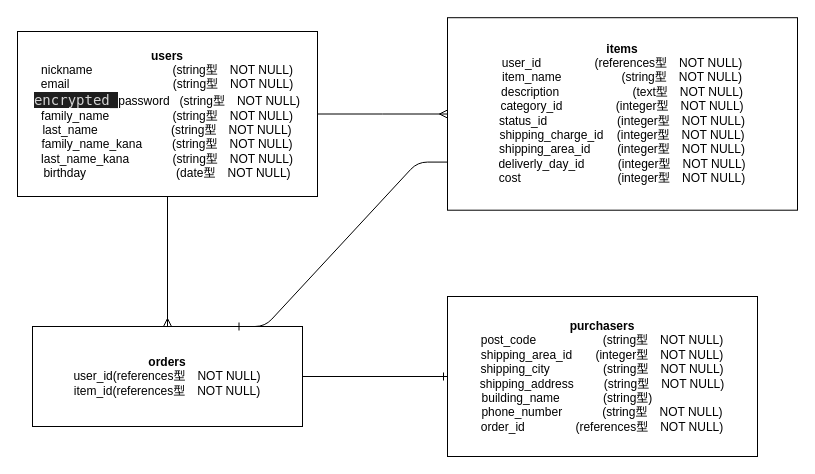
Above: app/er.drawio in kyock-lee/furima-34464 (draw.io), before the change. Source tidied: cells renumbered, new cells numbered last; positions are measured from the earlier drawing's top-left corner, leaving out a move shared by most shapes. Both pictures are drawn from the tidied source at 100%, with x=0, y=0 at pixel (17, 17).
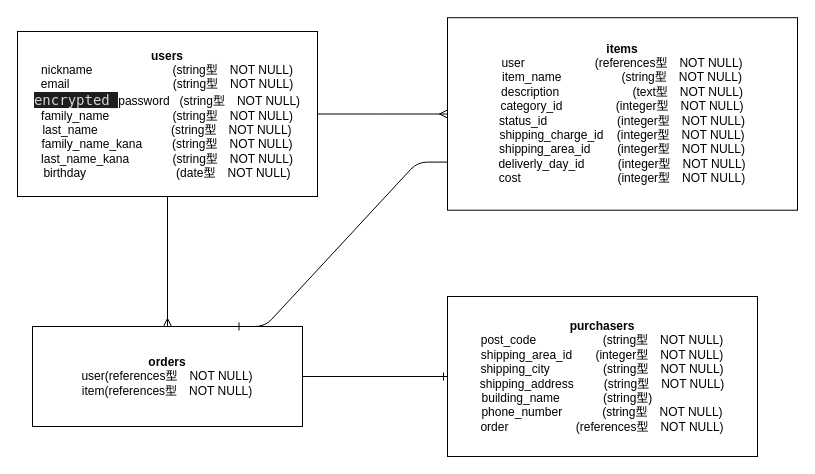
The same diagram, later.

Commit message (it also covers changes not shown here):
データベース設計(修正4)

The edit, as a diff of the source:
```diff
@@
 <mxGraphModel>
   <root>
     <mxCell id="0" />
     <mxCell id="1" parent="0" />
     <mxCell id="2" style="edgeStyle=orthogonalEdgeStyle;rounded=0;jettySize=auto;html=1;exitX=1;exitY=0.5;exitDx=0;exitDy=0;endArrow=ERmany;endFill=0;" parent="1" edge="1" source="4" target="5">
       <mxGeometry relative="1" as="geometry" />
     </mxCell>
     <mxCell id="3" style="edgeStyle=orthogonalEdgeStyle;rounded=0;jettySize=auto;html=1;entryX=0.5;entryY=0;entryDx=0;entryDy=0;endArrow=ERmany;endFill=0;" parent="1" edge="1" source="4" target="8">
       <mxGeometry relative="1" as="geometry" />
     </mxCell>
     <mxCell id="4" value="&lt;b&gt;users&lt;/b&gt;&lt;br&gt;nickname&amp;nbsp; &amp;nbsp; &amp;nbsp; &amp;nbsp; &amp;nbsp; &amp;nbsp; &amp;nbsp; &amp;nbsp; &amp;nbsp; &amp;nbsp; &amp;nbsp; &amp;nbsp; (string型　NOT NULL)&lt;br&gt;email&amp;nbsp; &amp;nbsp; &amp;nbsp; &amp;nbsp; &amp;nbsp; &amp;nbsp; &amp;nbsp; &amp;nbsp; &amp;nbsp; &amp;nbsp; &amp;nbsp; &amp;nbsp; &amp;nbsp; &amp;nbsp; &amp;nbsp; &amp;nbsp;(string型　NOT NULL)&lt;br&gt;&lt;span style=&quot;background-color: rgb(30 , 30 , 30) ; color: rgb(212 , 212 , 212) ; font-family: &amp;#34;ricty diminished&amp;#34; , &amp;#34;menlo&amp;#34; , &amp;#34;monaco&amp;#34; , &amp;#34;courier new&amp;#34; , monospace ; font-size: 14px&quot;&gt;encrypted_&lt;/span&gt;password&amp;nbsp; &amp;nbsp;(string型　NOT NULL)&lt;br&gt;family_name&amp;nbsp; &amp;nbsp; &amp;nbsp; &amp;nbsp; &amp;nbsp; &amp;nbsp; &amp;nbsp; &amp;nbsp; &amp;nbsp; &amp;nbsp;(string型　NOT NULL)&lt;br&gt;last_name&amp;nbsp; &amp;nbsp; &amp;nbsp; &amp;nbsp; &amp;nbsp; &amp;nbsp; &amp;nbsp; &amp;nbsp; &amp;nbsp; &amp;nbsp; &amp;nbsp; (string型　NOT NULL)&lt;br&gt;family_name_kana&amp;nbsp; &amp;nbsp; &amp;nbsp; &amp;nbsp; &amp;nbsp;(string型　NOT NULL)&lt;br&gt;last_name_kana&amp;nbsp; &amp;nbsp; &amp;nbsp; &amp;nbsp; &amp;nbsp; &amp;nbsp; &amp;nbsp;(string型　NOT NULL)&lt;br&gt;birthday&amp;nbsp; &amp;nbsp; &amp;nbsp; &amp;nbsp; &amp;nbsp; &amp;nbsp; &amp;nbsp; &amp;nbsp; &amp;nbsp; &amp;nbsp; &amp;nbsp; &amp;nbsp; &amp;nbsp; &amp;nbsp;(date型　NOT NULL)" style="rounded=0;whiteSpace=wrap;html=1;" parent="1" vertex="1">
       <mxGeometry y="14" width="300" height="165" as="geometry" />
     </mxCell>
-    <mxCell id="5" value="&lt;b&gt;items&lt;br&gt;&lt;/b&gt;user_id&amp;nbsp; &amp;nbsp; &amp;nbsp; &amp;nbsp; &amp;nbsp; &amp;nbsp; &amp;nbsp; &amp;nbsp; (references型　NOT NULL)&lt;br&gt;item_name&amp;nbsp; &amp;nbsp; &amp;nbsp; &amp;nbsp; &amp;nbsp; &amp;nbsp; &amp;nbsp; &amp;nbsp; &amp;nbsp; (string型　NOT NULL)&lt;br&gt;description&amp;nbsp; &amp;nbsp; &amp;nbsp; &amp;nbsp; &amp;nbsp; &amp;nbsp; &amp;nbsp; &amp;nbsp; &amp;nbsp; &amp;nbsp; &amp;nbsp; (text型　NOT NULL)&lt;br&gt;category_id&amp;nbsp; &amp;nbsp; &amp;nbsp; &amp;nbsp; &amp;nbsp; &amp;nbsp; &amp;nbsp; &amp;nbsp; (integer型　NOT NULL)&lt;br&gt;status_id&amp;nbsp; &amp;nbsp; &amp;nbsp; &amp;nbsp; &amp;nbsp; &amp;nbsp; &amp;nbsp; &amp;nbsp; &amp;nbsp; &amp;nbsp; &amp;nbsp;(integer型　NOT NULL)&lt;br&gt;shipping_charge_id&amp;nbsp; &amp;nbsp; (integer型　NOT NULL)&lt;br&gt;shipping_area_id&amp;nbsp; &amp;nbsp; &amp;nbsp; &amp;nbsp; (integer型　NOT NULL)&lt;br&gt;deliverly_day_id&amp;nbsp; &amp;nbsp; &amp;nbsp; &amp;nbsp; &amp;nbsp; (integer型　NOT NULL)&lt;br&gt;cost&amp;nbsp; &amp;nbsp; &amp;nbsp; &amp;nbsp; &amp;nbsp; &amp;nbsp; &amp;nbsp; &amp;nbsp; &amp;nbsp; &amp;nbsp; &amp;nbsp; &amp;nbsp; &amp;nbsp; &amp;nbsp; &amp;nbsp;(integer型　NOT NULL)" style="rounded=0;whiteSpace=wrap;html=1;" parent="1" vertex="1">
+    <mxCell id="5" value="&lt;b&gt;items&lt;br&gt;&lt;/b&gt;user&amp;nbsp; &amp;nbsp; &amp;nbsp; &amp;nbsp; &amp;nbsp; &amp;nbsp; &amp;nbsp; &amp;nbsp; &amp;nbsp; &amp;nbsp; &amp;nbsp;(references型　NOT NULL)&lt;br&gt;item_name&amp;nbsp; &amp;nbsp; &amp;nbsp; &amp;nbsp; &amp;nbsp; &amp;nbsp; &amp;nbsp; &amp;nbsp; &amp;nbsp; (string型　NOT NULL)&lt;br&gt;description&amp;nbsp; &amp;nbsp; &amp;nbsp; &amp;nbsp; &amp;nbsp; &amp;nbsp; &amp;nbsp; &amp;nbsp; &amp;nbsp; &amp;nbsp; &amp;nbsp; (text型　NOT NULL)&lt;br&gt;category_id&amp;nbsp; &amp;nbsp; &amp;nbsp; &amp;nbsp; &amp;nbsp; &amp;nbsp; &amp;nbsp; &amp;nbsp; (integer型　NOT NULL)&lt;br&gt;status_id&amp;nbsp; &amp;nbsp; &amp;nbsp; &amp;nbsp; &amp;nbsp; &amp;nbsp; &amp;nbsp; &amp;nbsp; &amp;nbsp; &amp;nbsp; &amp;nbsp;(integer型　NOT NULL)&lt;br&gt;shipping_charge_id&amp;nbsp; &amp;nbsp; (integer型　NOT NULL)&lt;br&gt;shipping_area_id&amp;nbsp; &amp;nbsp; &amp;nbsp; &amp;nbsp; (integer型　NOT NULL)&lt;br&gt;deliverly_day_id&amp;nbsp; &amp;nbsp; &amp;nbsp; &amp;nbsp; &amp;nbsp; (integer型　NOT NULL)&lt;br&gt;cost&amp;nbsp; &amp;nbsp; &amp;nbsp; &amp;nbsp; &amp;nbsp; &amp;nbsp; &amp;nbsp; &amp;nbsp; &amp;nbsp; &amp;nbsp; &amp;nbsp; &amp;nbsp; &amp;nbsp; &amp;nbsp; &amp;nbsp;(integer型　NOT NULL)" style="rounded=0;whiteSpace=wrap;html=1;" parent="1" vertex="1">
       <mxGeometry x="430" y="0.2" width="350" height="192.5" as="geometry" />
     </mxCell>
-    <mxCell id="6" value="&lt;b&gt;purchasers&lt;/b&gt;&lt;br&gt;post_code&amp;nbsp; &amp;nbsp; &amp;nbsp; &amp;nbsp; &amp;nbsp; &amp;nbsp; &amp;nbsp; &amp;nbsp; &amp;nbsp; &amp;nbsp; (string型　NOT NULL)&lt;br&gt;shipping_area_id&amp;nbsp; &amp;nbsp; &amp;nbsp; &amp;nbsp;(integer型　NOT NULL)&lt;br&gt;shipping_city&amp;nbsp; &amp;nbsp; &amp;nbsp; &amp;nbsp; &amp;nbsp; &amp;nbsp; &amp;nbsp; &amp;nbsp; (string型　NOT NULL)&lt;br&gt;shipping_address&amp;nbsp; &amp;nbsp; &amp;nbsp; &amp;nbsp; &amp;nbsp;(string型　NOT NULL)&lt;br&gt;building_name&amp;nbsp; &amp;nbsp; &amp;nbsp; &amp;nbsp; &amp;nbsp; &amp;nbsp; &amp;nbsp;(string型)&amp;nbsp; &amp;nbsp; &amp;nbsp; &amp;nbsp; &amp;nbsp; &amp;nbsp; &amp;nbsp; &amp;nbsp; &amp;nbsp; &amp;nbsp; &amp;nbsp;&lt;br&gt;phone_number&amp;nbsp; &amp;nbsp; &amp;nbsp; &amp;nbsp; &amp;nbsp; &amp;nbsp; (string型　NOT NULL)&lt;br&gt;order_id&amp;nbsp; &amp;nbsp; 　　&amp;nbsp; &amp;nbsp; (references型　NOT NULL)" style="rounded=0;whiteSpace=wrap;html=1;" parent="1" vertex="1">
+    <mxCell id="6" value="&lt;b&gt;purchasers&lt;/b&gt;&lt;br&gt;post_code&amp;nbsp; &amp;nbsp; &amp;nbsp; &amp;nbsp; &amp;nbsp; &amp;nbsp; &amp;nbsp; &amp;nbsp; &amp;nbsp; &amp;nbsp; (string型　NOT NULL)&lt;br&gt;shipping_area_id&amp;nbsp; &amp;nbsp; &amp;nbsp; &amp;nbsp;(integer型　NOT NULL)&lt;br&gt;shipping_city&amp;nbsp; &amp;nbsp; &amp;nbsp; &amp;nbsp; &amp;nbsp; &amp;nbsp; &amp;nbsp; &amp;nbsp; (string型　NOT NULL)&lt;br&gt;shipping_address&amp;nbsp; &amp;nbsp; &amp;nbsp; &amp;nbsp; &amp;nbsp;(string型　NOT NULL)&lt;br&gt;building_name&amp;nbsp; &amp;nbsp; &amp;nbsp; &amp;nbsp; &amp;nbsp; &amp;nbsp; &amp;nbsp;(string型)&amp;nbsp; &amp;nbsp; &amp;nbsp; &amp;nbsp; &amp;nbsp; &amp;nbsp; &amp;nbsp; &amp;nbsp; &amp;nbsp; &amp;nbsp; &amp;nbsp;&lt;br&gt;phone_number&amp;nbsp; &amp;nbsp; &amp;nbsp; &amp;nbsp; &amp;nbsp; &amp;nbsp; (string型　NOT NULL)&lt;br&gt;order&amp;nbsp; &amp;nbsp; &amp;nbsp; &amp;nbsp; &amp;nbsp;　　&amp;nbsp; &amp;nbsp; (references型　NOT NULL)" style="rounded=0;whiteSpace=wrap;html=1;" parent="1" vertex="1">
       <mxGeometry x="430" y="279" width="310" height="160" as="geometry" />
     </mxCell>
     <mxCell id="7" style="edgeStyle=orthogonalEdgeStyle;rounded=0;jettySize=auto;html=1;entryX=0;entryY=0.5;entryDx=0;entryDy=0;endArrow=ERone;endFill=0;" parent="1" edge="1" source="8" target="6">
       <mxGeometry relative="1" as="geometry" />
     </mxCell>
-    <mxCell id="8" value="&lt;b&gt;orders&lt;/b&gt;&lt;br&gt;user_id(references型　NOT NULL)&lt;br&gt;item_id(references型　NOT NULL)" style="rounded=0;whiteSpace=wrap;html=1;" parent="1" vertex="1">
+    <mxCell id="8" value="&lt;b&gt;orders&lt;/b&gt;&lt;br&gt;user(references型　NOT NULL)&lt;br&gt;item(references型　NOT NULL)" style="rounded=0;whiteSpace=wrap;html=1;" parent="1" vertex="1">
       <mxGeometry x="15" y="309" width="270" height="100" as="geometry" />
     </mxCell>
     <mxCell id="9" style="edgeStyle=entityRelationEdgeStyle;fontSize=12;html=1;endArrow=ERone;endFill=1;entryX=0.75;entryY=0;entryDx=0;entryDy=0;exitX=0;exitY=0.75;exitDx=0;exitDy=0;" parent="1" edge="1" source="5" target="8">
       <mxGeometry relative="1" as="geometry" />
     </mxCell>
   </root>
 </mxGraphModel>
```
